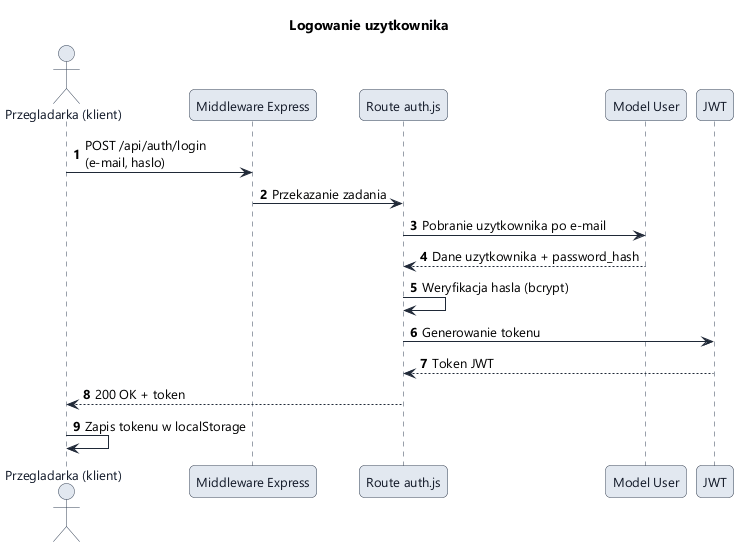
Earlier version of the PlantUML export Praca Licencjacka/diagramy-plantuml/sequence-login.png (NasiadkaMaciej/Digital-Dungeons). Source of this version:
```plantuml
@startuml
!include style.iuml
title Logowanie uzytkownika

autonumber
actor "Przegladarka (klient)" as K
participant "Middleware Express" as M
participant "Route auth.js" as R
participant "Model User" as U
participant "JWT" as J

K -> M: POST /api/auth/login\n(e-mail, haslo)
M -> R: Przekazanie zadania
R -> U: Pobranie uzytkownika po e-mail
U --> R: Dane uzytkownika + password_hash
R -> R: Weryfikacja hasla (bcrypt)
R -> J: Generowanie tokenu
J --> R: Token JWT
R --> K: 200 OK + token
K -> K: Zapis tokenu w localStorage
@enduml
```
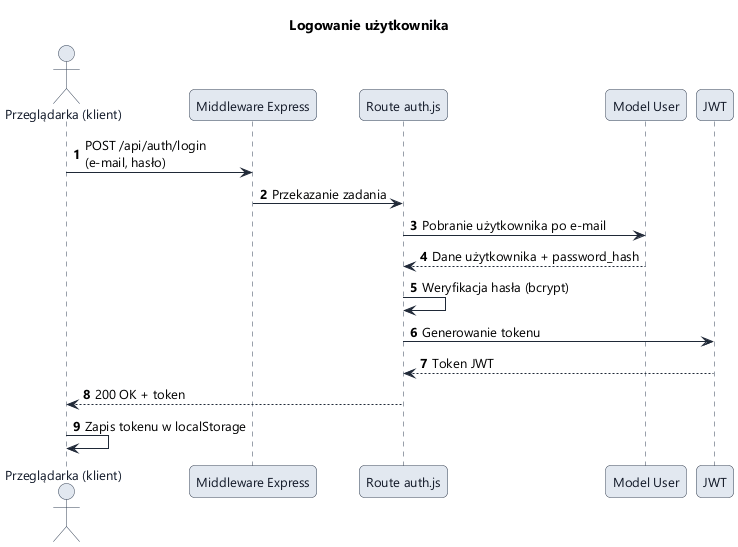
The same diagram one commit later.

Change to the diagram source:
```diff
@@ -1,19 +1,19 @@
 @startuml
 !include style.iuml
-title Logowanie uzytkownika
+title Logowanie użytkownika
 
 autonumber
-actor "Przegladarka (klient)" as K
+actor "Przeglądarka (klient)" as K
 participant "Middleware Express" as M
 participant "Route auth.js" as R
 participant "Model User" as U
 participant "JWT" as J
 
-K -> M: POST /api/auth/login\n(e-mail, haslo)
+K -> M: POST /api/auth/login\n(e-mail, hasło)
 M -> R: Przekazanie zadania
-R -> U: Pobranie uzytkownika po e-mail
-U --> R: Dane uzytkownika + password_hash
-R -> R: Weryfikacja hasla (bcrypt)
+R -> U: Pobranie użytkownika po e-mail
+U --> R: Dane użytkownika + password_hash
+R -> R: Weryfikacja hasła (bcrypt)
 R -> J: Generowanie tokenu
 J --> R: Token JWT
 R --> K: 200 OK + token
```
